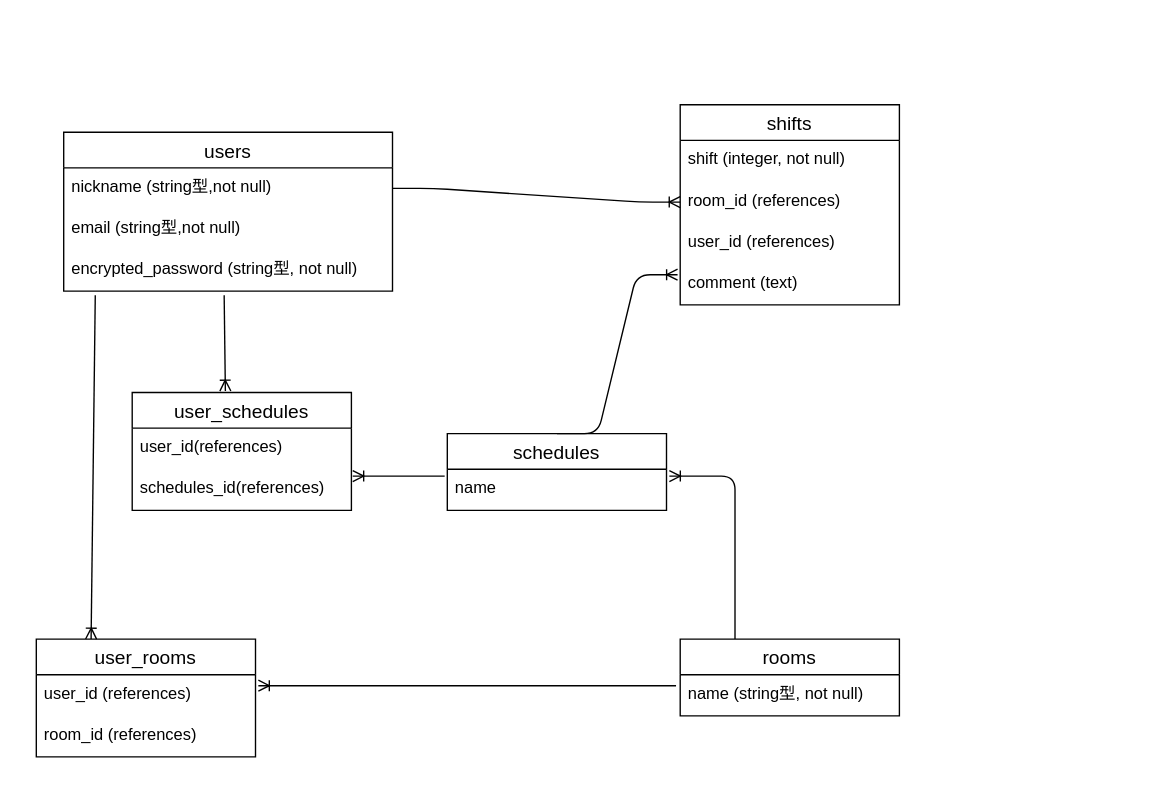
This is shift_system.dio from DanInamori/shift_system, a draw.io file, before an edit. Source tidied: cells renumbered, new cells numbered last; positions are measured from the earlier drawing's top-left corner, leaving out a move shared by most shapes. Both pictures are drawn from the tidied source at 137%, with x=0, y=0 at pixel (36, 104).
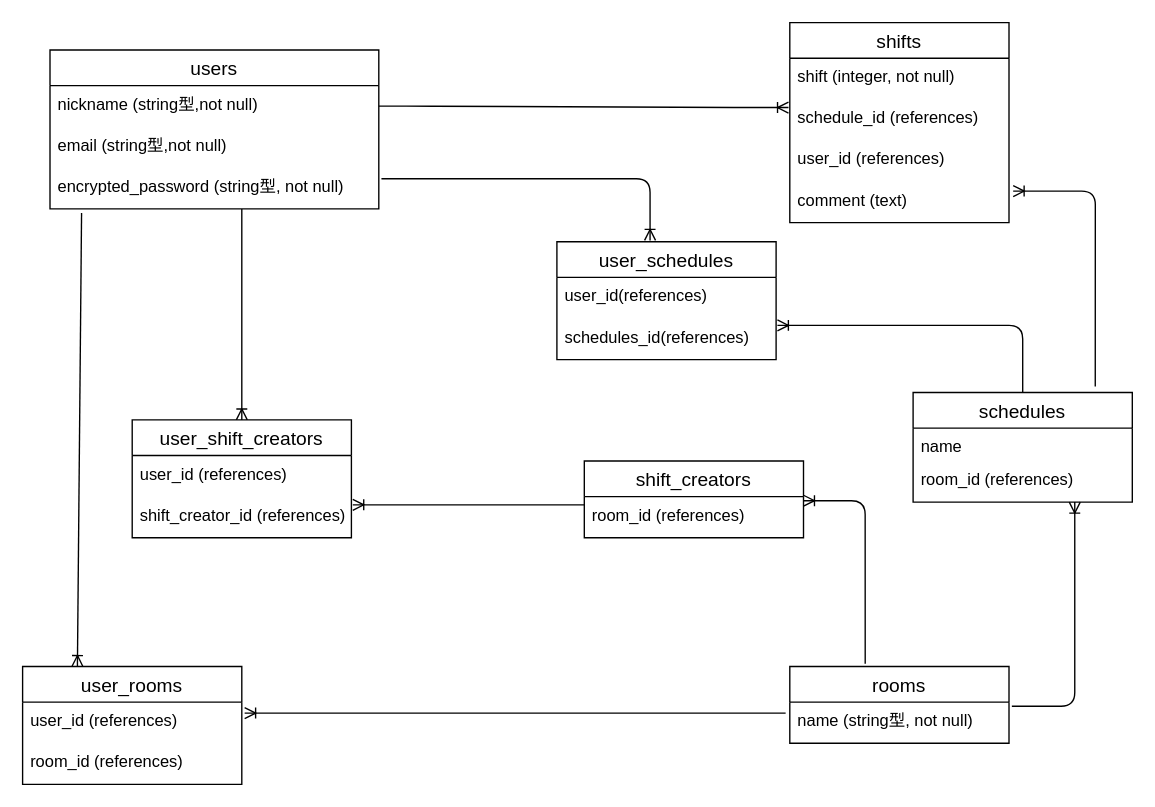
The same page after the edit.

The change refers to these unchanged cells:
```xml
<mxCell id="3" value="nickname (string型,not null)" style="text;strokeColor=none;fillColor=none;spacingLeft=4;spacingRight=4;overflow=hidden;points=[[0,0.5],[1,0.5]];portConstraint=eastwest;fontSize=12;" parent="2" vertex="1">
  <mxGeometry y="26" width="240" height="30" as="geometry" />
</mxCell>
<mxCell id="5" value="encrypted_password (string型, not null)" style="text;strokeColor=none;fillColor=none;spacingLeft=4;spacingRight=4;overflow=hidden;points=[[0,0.5],[1,0.5]];portConstraint=eastwest;fontSize=12;" parent="2" vertex="1">
  <mxGeometry y="86" width="240" height="30" as="geometry" />
</mxCell>
<mxCell id="7" value="name (string型, not null)" style="text;strokeColor=none;fillColor=none;spacingLeft=4;spacingRight=4;overflow=hidden;points=[[0,0.5],[1,0.5]];portConstraint=eastwest;fontSize=12;" parent="6" vertex="1">
  <mxGeometry y="26" width="160" height="30" as="geometry" />
</mxCell>
<mxCell id="17" value="comment (text)" style="text;strokeColor=none;fillColor=none;spacingLeft=4;spacingRight=4;overflow=hidden;points=[[0,0.5],[1,0.5]];portConstraint=eastwest;fontSize=12;" parent="13" vertex="1">
  <mxGeometry y="116" width="160" height="30" as="geometry" />
</mxCell>
<mxCell id="23" value="user_id(references)" style="text;strokeColor=none;fillColor=none;spacingLeft=4;spacingRight=4;overflow=hidden;points=[[0,0.5],[1,0.5]];portConstraint=eastwest;fontSize=12;" parent="22" vertex="1">
  <mxGeometry y="26" width="160" height="30" as="geometry" />
</mxCell>
```

The edit, as a diff of the source:
```diff
@@
     <mxCell id="2" value="users" style="swimlane;fontStyle=0;horizontal=1;startSize=26;align=center;fontSize=14;" parent="1" vertex="1">
-      <mxGeometry x="20" y="20" width="240" height="116" as="geometry" />
+      <mxGeometry x="10" y="-40" width="240" height="116" as="geometry" />
     </mxCell>
@@
     <mxCell id="6" value="rooms" style="swimlane;fontStyle=0;horizontal=1;startSize=26;align=center;fontSize=14;" parent="1" vertex="1">
-      <mxGeometry x="470" y="390" width="160" height="56" as="geometry" />
+      <mxGeometry x="550" y="410" width="160" height="56" as="geometry" />
     </mxCell>
@@
     <mxCell id="8" value="user_rooms" style="swimlane;fontStyle=0;horizontal=1;startSize=26;align=center;fontSize=14;" parent="1" vertex="1">
-      <mxGeometry y="390" width="160" height="86" as="geometry" />
+      <mxGeometry x="-10" y="410" width="160" height="86" as="geometry" />
     </mxCell>
@@
     <mxCell id="13" value="shifts" style="swimlane;fontStyle=0;horizontal=1;startSize=26;align=center;fontSize=14;" parent="1" vertex="1">
-      <mxGeometry x="470" width="160" height="146" as="geometry" />
+      <mxGeometry x="550" y="-60" width="160" height="146" as="geometry" />
     </mxCell>
@@
-    <mxCell id="15" value="room_id (references)" style="text;strokeColor=none;fillColor=none;spacingLeft=4;spacingRight=4;overflow=hidden;points=[[0,0.5],[1,0.5]];portConstraint=eastwest;fontSize=12;" parent="13" vertex="1">
+    <mxCell id="15" value="schedule_id (references)" style="text;strokeColor=none;fillColor=none;spacingLeft=4;spacingRight=4;overflow=hidden;points=[[0,0.5],[1,0.5]];portConstraint=eastwest;fontSize=12;" parent="13" vertex="1">
       <mxGeometry y="56" width="160" height="30" as="geometry" />
     </mxCell>
@@
-    <mxCell id="18" style="edgeStyle=entityRelationEdgeStyle;fontSize=12;html=1;endArrow=ERoneToMany;exitX=1;exitY=0.5;exitDx=0;exitDy=0;entryX=0;entryY=0.5;entryDx=0;entryDy=0;" parent="1" edge="1" source="3" target="15">
+    <mxCell id="18" style="edgeStyle=entityRelationEdgeStyle;fontSize=12;html=1;endArrow=ERoneToMany;exitX=1;exitY=0.5;exitDx=0;exitDy=0;entryX=-0.006;entryY=0.2;entryDx=0;entryDy=0;entryPerimeter=0;" parent="1" edge="1" source="3" target="15">
       <mxGeometry relative="1" as="geometry" />
     </mxCell>
-    <mxCell id="19" style="fontSize=12;html=1;endArrow=ERoneToMany;entryX=1.013;entryY=0.167;entryDx=0;entryDy=0;exitX=0.25;exitY=0;exitDx=0;exitDy=0;entryPerimeter=0;edgeStyle=orthogonalEdgeStyle;" parent="1" edge="1" source="6" target="21">
-      <mxGeometry relative="1" as="geometry" />
+    <mxCell id="19" style="fontSize=12;html=1;endArrow=ERoneToMany;exitX=1.013;exitY=0.1;exitDx=0;exitDy=0;exitPerimeter=0;edgeStyle=orthogonalEdgeStyle;" parent="1" edge="1" source="7">
+      <mxGeometry relative="1" as="geometry">
+        <mxPoint x="758" y="290" as="targetPoint" />
+        <Array as="points">
+          <mxPoint x="758" y="439" />
+        </Array>
+      </mxGeometry>
     </mxCell>
     <mxCell id="20" value="schedules" style="swimlane;fontStyle=0;horizontal=1;startSize=26;align=center;fontSize=14;" parent="1" vertex="1">
-      <mxGeometry x="300" y="240" width="160" height="56" as="geometry" />
+      <mxGeometry x="640" y="210" width="160" height="80" as="geometry" />
     </mxCell>
     <mxCell id="21" value="name" style="text;strokeColor=none;fillColor=none;spacingLeft=4;spacingRight=4;overflow=hidden;points=[[0,0.5],[1,0.5]];portConstraint=eastwest;fontSize=12;" parent="20" vertex="1">
-      <mxGeometry y="26" width="160" height="30" as="geometry" />
+      <mxGeometry y="26" width="160" height="24" as="geometry" />
     </mxCell>
+    <mxCell id="28" value="room_id (references)" style="text;strokeColor=none;fillColor=none;spacingLeft=4;spacingRight=4;overflow=hidden;fontSize=12;" parent="20" vertex="1">
+      <mxGeometry y="50" width="160" height="30" as="geometry" />
+    </mxCell>
     <mxCell id="22" value="user_schedules" style="swimlane;fontStyle=0;horizontal=1;startSize=26;align=center;fontSize=14;" parent="1" vertex="1">
-      <mxGeometry x="70" y="210" width="160" height="86" as="geometry" />
+      <mxGeometry x="380" y="100" width="160" height="86" as="geometry" />
     </mxCell>
@@
-    <mxCell id="25" style="fontSize=12;html=1;endArrow=ERoneToMany;exitX=0.488;exitY=1.1;exitDx=0;exitDy=0;exitPerimeter=0;entryX=0.425;entryY=-0.012;entryDx=0;entryDy=0;entryPerimeter=0;" parent="1" edge="1" source="5" target="22">
+    <mxCell id="25" style="fontSize=12;html=1;endArrow=ERoneToMany;exitX=1.008;exitY=0.267;exitDx=0;exitDy=0;exitPerimeter=0;entryX=0.425;entryY=-0.012;entryDx=0;entryDy=0;entryPerimeter=0;edgeStyle=orthogonalEdgeStyle;" parent="1" edge="1" source="5" target="22">
       <mxGeometry relative="1" as="geometry" />
     </mxCell>
-    <mxCell id="26" style="edgeStyle=entityRelationEdgeStyle;fontSize=12;html=1;endArrow=ERoneToMany;exitX=-0.012;exitY=0.167;exitDx=0;exitDy=0;exitPerimeter=0;entryX=1.006;entryY=1.167;entryDx=0;entryDy=0;entryPerimeter=0;" parent="1" edge="1" source="21" target="23">
+    <mxCell id="26" style="edgeStyle=orthogonalEdgeStyle;fontSize=12;html=1;endArrow=ERoneToMany;exitX=0.5;exitY=0;exitDx=0;exitDy=0;entryX=1.006;entryY=1.167;entryDx=0;entryDy=0;entryPerimeter=0;" parent="1" edge="1" source="20" target="23">
       <mxGeometry relative="1" as="geometry" />
     </mxCell>
-    <mxCell id="27" style="edgeStyle=entityRelationEdgeStyle;fontSize=12;html=1;endArrow=ERoneToMany;entryX=-0.012;entryY=0.267;entryDx=0;entryDy=0;entryPerimeter=0;exitX=0.5;exitY=0;exitDx=0;exitDy=0;" parent="1" edge="1" source="20" target="17">
+    <mxCell id="27" style="fontSize=12;html=1;endArrow=ERoneToMany;exitX=0.831;exitY=-0.054;exitDx=0;exitDy=0;entryX=1.019;entryY=0.233;entryDx=0;entryDy=0;entryPerimeter=0;edgeStyle=orthogonalEdgeStyle;exitPerimeter=0;" parent="1" edge="1" source="20" target="17">
       <mxGeometry relative="1" as="geometry" />
     </mxCell>
+    <mxCell id="29" value="shift_creators" style="swimlane;fontStyle=0;horizontal=1;startSize=26;align=center;fontSize=14;" parent="1" vertex="1">
+      <mxGeometry x="400" y="260" width="160" height="56" as="geometry" />
+    </mxCell>
+    <mxCell id="30" value="room_id (references)" style="text;strokeColor=none;fillColor=none;spacingLeft=4;spacingRight=4;overflow=hidden;points=[[0,0.5],[1,0.5]];portConstraint=eastwest;fontSize=12;" parent="29" vertex="1">
+      <mxGeometry y="26" width="160" height="30" as="geometry" />
+    </mxCell>
+    <mxCell id="31" style="fontSize=12;html=1;endArrow=ERoneToMany;" parent="1" edge="1" target="33">
+      <mxGeometry relative="1" as="geometry">
+        <mxPoint x="150" y="76" as="sourcePoint" />
+      </mxGeometry>
+    </mxCell>
+    <mxCell id="32" style="edgeStyle=orthogonalEdgeStyle;fontSize=12;html=1;endArrow=ERoneToMany;exitX=0.344;exitY=-0.036;exitDx=0;exitDy=0;exitPerimeter=0;entryX=1;entryY=0.1;entryDx=0;entryDy=0;entryPerimeter=0;" parent="1" edge="1" source="6" target="30">
+      <mxGeometry relative="1" as="geometry" />
+    </mxCell>
+    <mxCell id="33" value="user_shift_creators" style="swimlane;fontStyle=0;horizontal=1;startSize=26;align=center;fontSize=14;" parent="1" vertex="1">
+      <mxGeometry x="70" y="230" width="160" height="86" as="geometry" />
+    </mxCell>
+    <mxCell id="34" value="user_id (references)" style="text;strokeColor=none;fillColor=none;spacingLeft=4;spacingRight=4;overflow=hidden;fontSize=12;" parent="33" vertex="1">
+      <mxGeometry y="26" width="160" height="30" as="geometry" />
+    </mxCell>
+    <mxCell id="35" value="shift_creator_id (references)" style="text;strokeColor=none;fillColor=none;spacingLeft=4;spacingRight=4;overflow=hidden;fontSize=12;" parent="33" vertex="1">
+      <mxGeometry y="56" width="160" height="30" as="geometry" />
+    </mxCell>
+    <mxCell id="36" style="fontSize=12;html=1;endArrow=ERoneToMany;exitX=0;exitY=0.2;exitDx=0;exitDy=0;exitPerimeter=0;entryX=1.006;entryY=-0.133;entryDx=0;entryDy=0;entryPerimeter=0;" parent="1" edge="1" source="30">
+      <mxGeometry relative="1" as="geometry">
+        <mxPoint x="231" y="292" as="targetPoint" />
+      </mxGeometry>
+    </mxCell>
```
